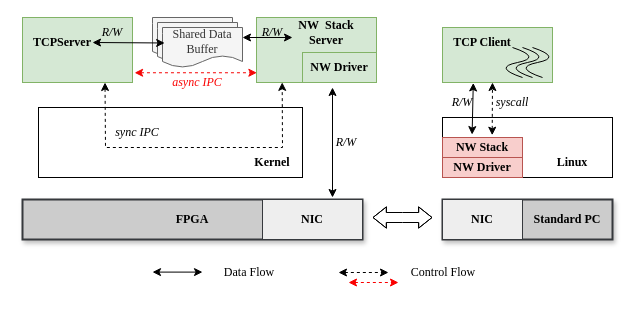
Earlier version of the draw.io diagram images/tcp_test_framework.drawio (oscourse-tsinghua/openingreport-ldhai2023). Source tidied: cells renumbered, new cells numbered last; positions are measured from the earlier drawing's top-left corner, leaving out a move shared by most shapes. Both pictures are drawn from the tidied source at 100%, with x=0, y=0 at pixel (22, 17).
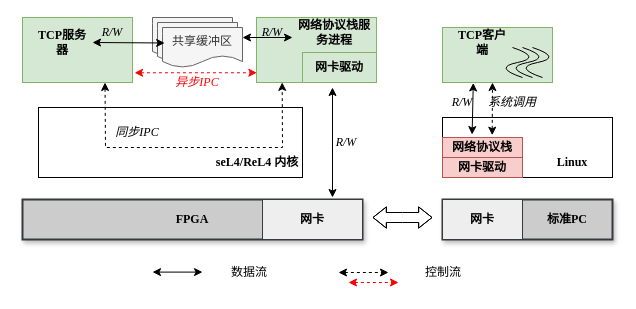
After the change.

The edit, as a diff of the source:
```diff
@@
-    <mxCell id="7" value="&lt;font face=&quot;Times New Roman&quot;&gt;Shared Data Buffer&lt;/font&gt;" style="shape=document;whiteSpace=wrap;html=1;boundedLbl=1;fillColor=#f5f5f5;fontColor=#333333;strokeColor=#666666;" parent="1" vertex="1">
+    <mxCell id="7" value="&lt;font face=&quot;宋体-简&quot;&gt;共享缓冲区&lt;/font&gt;" style="shape=document;whiteSpace=wrap;html=1;boundedLbl=1;fillColor=#f5f5f5;fontColor=#333333;strokeColor=#666666;" parent="1" vertex="1">
       <mxGeometry x="140" y="10" width="80" height="40" as="geometry" />
     </mxCell>
@@
-    <mxCell id="9" value="&lt;font face=&quot;Times New Roman&quot;&gt;&lt;b&gt;Kernel&lt;/b&gt;&lt;/font&gt;" style="text;html=1;align=center;verticalAlign=middle;whiteSpace=wrap;rounded=0;" parent="1" vertex="1">
-      <mxGeometry x="220" y="130" width="60" height="30" as="geometry" />
+    <mxCell id="9" value="&lt;b style=&quot;&quot;&gt;&lt;font face=&quot;Times New Roman&quot;&gt;seL4/ReL4 &lt;/font&gt;&lt;font face=&quot;宋体-简&quot;&gt;内核&lt;/font&gt;&lt;/b&gt;" style="text;html=1;align=center;verticalAlign=middle;whiteSpace=wrap;rounded=0;" parent="1" vertex="1">
+      <mxGeometry x="190" y="130" width="90" height="30" as="geometry" />
     </mxCell>
-    <mxCell id="10" value="&lt;font face=&quot;Times New Roman&quot;&gt;&lt;b&gt;TCPServer&lt;/b&gt;&lt;/font&gt;" style="text;html=1;align=center;verticalAlign=middle;whiteSpace=wrap;rounded=0;" parent="1" vertex="1">
+    <mxCell id="10" value="&lt;b style=&quot;&quot;&gt;&lt;font face=&quot;Times New Roman&quot;&gt;TCP&lt;/font&gt;&lt;font face=&quot;宋体-简&quot;&gt;服务器&lt;/font&gt;&lt;/b&gt;" style="text;html=1;align=center;verticalAlign=middle;whiteSpace=wrap;rounded=0;" parent="1" vertex="1">
       <mxGeometry x="10" y="10" width="60" height="30" as="geometry" />
     </mxCell>
-    <mxCell id="11" value="&lt;font face=&quot;Times New Roman&quot;&gt;&lt;b&gt;NW&amp;nbsp; Stack Server&lt;/b&gt;&lt;/font&gt;" style="text;html=1;align=center;verticalAlign=middle;whiteSpace=wrap;rounded=0;" parent="1" vertex="1">
-      <mxGeometry x="274" width="60" height="30" as="geometry" />
+    <mxCell id="11" value="&lt;b style=&quot;&quot;&gt;&lt;font face=&quot;宋体-简&quot;&gt;网络协议栈服务进程&lt;/font&gt;&lt;/b&gt;" style="text;html=1;align=center;verticalAlign=middle;whiteSpace=wrap;rounded=0;" parent="1" vertex="1">
+      <mxGeometry x="274" width="76" height="30" as="geometry" />
     </mxCell>
@@
-    <mxCell id="19" value="&lt;font face=&quot;Times New Roman&quot;&gt;&lt;b&gt;NIC&lt;/b&gt;&lt;/font&gt;" style="rounded=0;whiteSpace=wrap;html=1;fillColor=#eeeeee;strokeColor=#36393d;" parent="1" vertex="1">
+    <mxCell id="19" value="&lt;b style=&quot;&quot;&gt;&lt;font face=&quot;宋体-简&quot;&gt;网卡&lt;/font&gt;&lt;/b&gt;" style="rounded=0;whiteSpace=wrap;html=1;fillColor=#eeeeee;strokeColor=#36393d;" parent="1" vertex="1">
       <mxGeometry x="240" y="182" width="100" height="40" as="geometry" />
     </mxCell>
-    <mxCell id="20" value="&lt;font face=&quot;Times New Roman&quot;&gt;&lt;i&gt;sync IPC&lt;/i&gt;&lt;/font&gt;" style="text;html=1;align=center;verticalAlign=middle;whiteSpace=wrap;rounded=0;" parent="1" vertex="1">
+    <mxCell id="20" value="&lt;i style=&quot;&quot;&gt;&lt;font face=&quot;宋体-简&quot;&gt;同步&lt;/font&gt;&lt;font face=&quot;Times New Roman&quot;&gt;IPC&lt;/font&gt;&lt;/i&gt;" style="text;html=1;align=center;verticalAlign=middle;whiteSpace=wrap;rounded=0;" parent="1" vertex="1">
       <mxGeometry x="85" y="100" width="60" height="30" as="geometry" />
     </mxCell>
@@
-    <mxCell id="22" value="&lt;font face=&quot;Times New Roman&quot;&gt;&lt;b&gt;NW Driver&lt;/b&gt;&lt;/font&gt;" style="rounded=0;whiteSpace=wrap;html=1;fillColor=#d5e8d4;strokeColor=#82b366;" parent="1" vertex="1">
+    <mxCell id="22" value="&lt;b style=&quot;&quot;&gt;&lt;font face=&quot;宋体-简&quot;&gt;网卡驱动&lt;/font&gt;&lt;/b&gt;" style="rounded=0;whiteSpace=wrap;html=1;fillColor=#d5e8d4;strokeColor=#82b366;" parent="1" vertex="1">
       <mxGeometry x="280" y="35" width="74" height="30" as="geometry" />
     </mxCell>
-    <mxCell id="23" value="&lt;font style=&quot;color: light-dark(rgb(250, 5, 5), rgb(237, 237, 237));&quot; face=&quot;Times New Roman&quot;&gt;&lt;i&gt;async IPC&lt;/i&gt;&lt;/font&gt;" style="text;html=1;align=center;verticalAlign=middle;whiteSpace=wrap;rounded=0;" parent="1" vertex="1">
+    <mxCell id="23" value="&lt;font style=&quot;color: light-dark(rgb(250, 5, 5), rgb(237, 237, 237));&quot;&gt;&lt;i style=&quot;&quot;&gt;&lt;font face=&quot;宋体-简&quot;&gt;异步&lt;/font&gt;&lt;font face=&quot;Times New Roman&quot;&gt;IPC&lt;/font&gt;&lt;/i&gt;&lt;/font&gt;" style="text;html=1;align=center;verticalAlign=middle;whiteSpace=wrap;rounded=0;" parent="1" vertex="1">
       <mxGeometry x="145" y="50" width="60" height="30" as="geometry" />
     </mxCell>
-    <mxCell id="24" value="&lt;font face=&quot;Times New Roman&quot; style=&quot;font-size: 12px;&quot;&gt;Data Flow&lt;/font&gt;" style="text;html=1;align=center;verticalAlign=middle;whiteSpace=wrap;rounded=0;" parent="1" vertex="1">
+    <mxCell id="24" value="&lt;font face=&quot;宋体-简&quot; style=&quot;font-size: 12px;&quot;&gt;数据流&lt;/font&gt;" style="text;html=1;align=center;verticalAlign=middle;whiteSpace=wrap;rounded=0;" parent="1" vertex="1">
       <mxGeometry x="184" y="240" width="86" height="30" as="geometry" />
     </mxCell>
-    <mxCell id="25" value="&lt;font face=&quot;Times New Roman&quot; style=&quot;font-size: 12px;&quot;&gt;Control Flow&lt;/font&gt;" style="text;html=1;align=center;verticalAlign=middle;whiteSpace=wrap;rounded=0;" parent="1" vertex="1">
+    <mxCell id="25" value="&lt;font face=&quot;宋体-简&quot; style=&quot;font-size: 12px;&quot;&gt;控制流&lt;/font&gt;" style="text;html=1;align=center;verticalAlign=middle;whiteSpace=wrap;rounded=0;" parent="1" vertex="1">
       <mxGeometry x="366" y="240" width="110" height="30" as="geometry" />
     </mxCell>
@@
-    <mxCell id="30" value="&lt;font face=&quot;Times New Roman&quot;&gt;&lt;b&gt;NIC&lt;/b&gt;&lt;/font&gt;" style="rounded=0;whiteSpace=wrap;html=1;fillColor=#eeeeee;strokeColor=#36393d;" parent="1" vertex="1">
+    <mxCell id="30" value="&lt;b style=&quot;&quot;&gt;&lt;font face=&quot;宋体-简&quot;&gt;网卡&lt;/font&gt;&lt;/b&gt;" style="rounded=0;whiteSpace=wrap;html=1;fillColor=#eeeeee;strokeColor=#36393d;" parent="1" vertex="1">
       <mxGeometry x="420" y="182" width="80" height="40" as="geometry" />
     </mxCell>
-    <mxCell id="31" value="&lt;font face=&quot;Times New Roman&quot;&gt;&lt;b&gt;Standard PC&lt;/b&gt;&lt;/font&gt;" style="text;html=1;align=center;verticalAlign=middle;whiteSpace=wrap;rounded=0;" parent="1" vertex="1">
+    <mxCell id="31" value="&lt;b style=&quot;&quot;&gt;&lt;font face=&quot;宋体-简&quot;&gt;标准&lt;/font&gt;&lt;font face=&quot;Times New Roman&quot;&gt;PC&lt;/font&gt;&lt;/b&gt;" style="text;html=1;align=center;verticalAlign=middle;whiteSpace=wrap;rounded=0;" parent="1" vertex="1">
       <mxGeometry x="510" y="187" width="70" height="30" as="geometry" />
     </mxCell>
@@
-    <mxCell id="34" value="&lt;font face=&quot;Times New Roman&quot;&gt;&lt;b&gt;NW Driver&lt;/b&gt;&lt;/font&gt;" style="rounded=0;whiteSpace=wrap;html=1;fillColor=#f8cecc;strokeColor=#b85450;" parent="1" vertex="1">
+    <mxCell id="34" value="&lt;b style=&quot;&quot;&gt;&lt;font face=&quot;宋体-简&quot;&gt;网卡驱动&lt;/font&gt;&lt;/b&gt;" style="rounded=0;whiteSpace=wrap;html=1;fillColor=#f8cecc;strokeColor=#b85450;" parent="1" vertex="1">
       <mxGeometry x="420" y="140" width="80" height="20" as="geometry" />
     </mxCell>
-    <mxCell id="35" value="&lt;font face=&quot;Times New Roman&quot;&gt;&lt;b&gt;NW Stack&lt;/b&gt;&lt;/font&gt;" style="rounded=0;whiteSpace=wrap;html=1;fillColor=#f8cecc;strokeColor=#b85450;" parent="1" vertex="1">
+    <mxCell id="35" value="&lt;b style=&quot;&quot;&gt;&lt;font face=&quot;宋体-简&quot;&gt;网络协议栈&lt;/font&gt;&lt;/b&gt;" style="rounded=0;whiteSpace=wrap;html=1;fillColor=#f8cecc;strokeColor=#b85450;" parent="1" vertex="1">
       <mxGeometry x="420" y="120" width="80" height="20" as="geometry" />
     </mxCell>
@@
-    <mxCell id="37" value="&lt;span style=&quot;font-family: &amp;quot;Times New Roman&amp;quot;;&quot;&gt;&lt;b&gt;TCP Client&lt;/b&gt;&lt;/span&gt;" style="text;html=1;align=center;verticalAlign=middle;whiteSpace=wrap;rounded=0;" parent="1" vertex="1">
+    <mxCell id="37" value="&lt;span style=&quot;font-family: &amp;quot;Times New Roman&amp;quot;;&quot;&gt;&lt;b&gt;TCP客户端&lt;/b&gt;&lt;/span&gt;" style="text;html=1;align=center;verticalAlign=middle;whiteSpace=wrap;rounded=0;" parent="1" vertex="1">
       <mxGeometry x="430" y="10" width="60" height="30" as="geometry" />
     </mxCell>
@@
-    <mxCell id="44" value="&lt;font face=&quot;Times New Roman&quot;&gt;&lt;i&gt;syscall&lt;/i&gt;&lt;/font&gt;" style="text;html=1;align=center;verticalAlign=middle;whiteSpace=wrap;rounded=0;" parent="1" vertex="1">
+    <mxCell id="44" value="&lt;i style=&quot;&quot;&gt;&lt;font face=&quot;宋体-简&quot;&gt;系统调用&lt;/font&gt;&lt;/i&gt;" style="text;html=1;align=center;verticalAlign=middle;whiteSpace=wrap;rounded=0;" parent="1" vertex="1">
       <mxGeometry x="460" y="70" width="60" height="30" as="geometry" />
     </mxCell>
```
